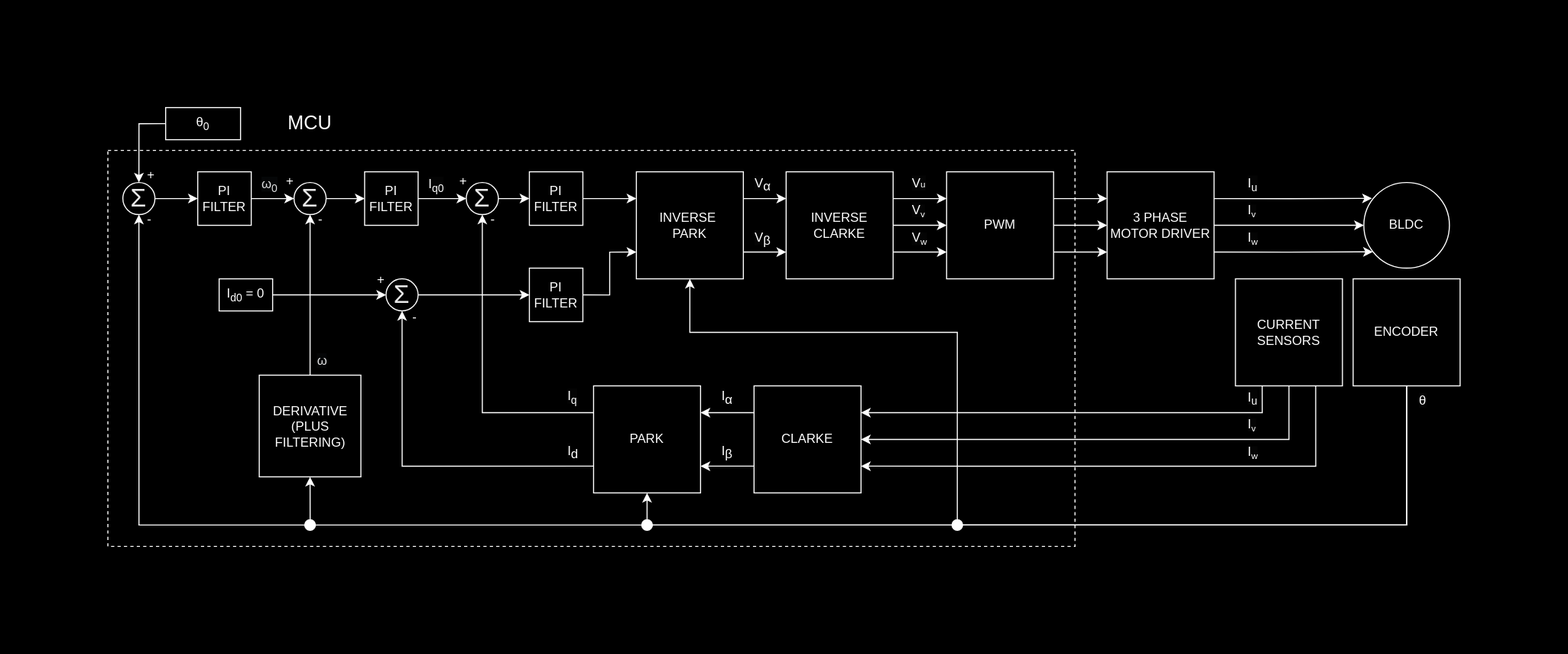
Earlier version of the draw.io export Images/block-diagram.svg (kyleetqi/focbldc). Source tidied: cells renumbered, new cells last; positions are measured from the earlier drawing's top-left corner, leaving out a move shared by most shapes.
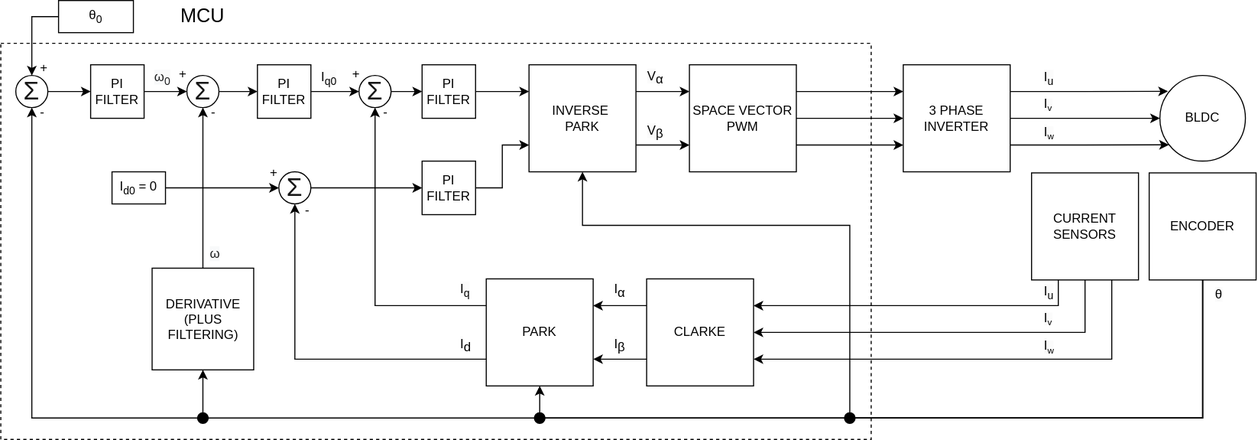
Later version of the same file.

Diff of the diagram source:
```diff
@@ -3,10 +3,10 @@
     <mxCell id="0" />
     <mxCell id="1" parent="0" />
     <mxCell id="2" style="rounded=0;whiteSpace=wrap;html=1;dashed=1;fillColor=none;" parent="1" vertex="1">
-      <mxGeometry y="40" width="904" height="370" as="geometry" />
+      <mxGeometry y="40" width="814" height="370" as="geometry" />
     </mxCell>
     <mxCell id="3" value="BLDC" style="ellipse;whiteSpace=wrap;html=1;" parent="1" vertex="1">
-      <mxGeometry x="1174" y="70" width="80" height="80" as="geometry" />
+      <mxGeometry x="1084" y="70" width="80" height="80" as="geometry" />
     </mxCell>
     <mxCell id="4" style="edgeStyle=orthogonalEdgeStyle;rounded=0;jettySize=auto;html=1;exitX=1;exitY=0.25;exitDx=0;exitDy=0;entryX=0.094;entryY=0.185;entryDx=0;entryDy=0;entryPerimeter=0;" parent="1" edge="1" source="7" target="3">
       <mxGeometry relative="1" as="geometry" />
@@ -17,8 +17,8 @@
     <mxCell id="6" style="edgeStyle=orthogonalEdgeStyle;rounded=0;jettySize=auto;html=1;exitX=1;exitY=0.75;exitDx=0;exitDy=0;entryX=0.105;entryY=0.81;entryDx=0;entryDy=0;entryPerimeter=0;" parent="1" edge="1" source="7" target="3">
       <mxGeometry relative="1" as="geometry" />
     </mxCell>
-    <mxCell id="7" value="3 PHASE MOTOR DRIVER" style="whiteSpace=wrap;html=1;" parent="1" vertex="1">
-      <mxGeometry x="934" y="60" width="100" height="100" as="geometry" />
+    <mxCell id="7" value="3 PHASE INVERTER" style="whiteSpace=wrap;html=1;" parent="1" vertex="1">
+      <mxGeometry x="844" y="60" width="100" height="100" as="geometry" />
     </mxCell>
     <mxCell id="8" style="edgeStyle=orthogonalEdgeStyle;rounded=0;jettySize=auto;html=1;exitX=0;exitY=0.25;exitDx=0;exitDy=0;entryX=1;entryY=0.25;entryDx=0;entryDy=0;" parent="1" edge="1" source="10" target="13">
       <mxGeometry relative="1" as="geometry" />
@@ -38,27 +38,15 @@
     <mxCell id="13" value="PARK" style="whiteSpace=wrap;html=1;" parent="1" vertex="1">
       <mxGeometry x="454" y="260" width="100" height="100" as="geometry" />
     </mxCell>
-    <mxCell id="14" style="edgeStyle=orthogonalEdgeStyle;rounded=0;jettySize=auto;html=1;exitX=1;exitY=0.25;exitDx=0;exitDy=0;entryX=0;entryY=0.25;entryDx=0;entryDy=0;" parent="1" edge="1" source="16" target="20">
+    <mxCell id="14" style="edgeStyle=orthogonalEdgeStyle;rounded=0;jettySize=auto;html=1;exitX=1;exitY=0.25;exitDx=0;exitDy=0;entryX=0;entryY=0.25;entryDx=0;entryDy=0;" parent="1" edge="1" source="16" target="24">
       <mxGeometry relative="1" as="geometry" />
     </mxCell>
-    <mxCell id="15" style="edgeStyle=orthogonalEdgeStyle;rounded=0;jettySize=auto;html=1;exitX=1;exitY=0.75;exitDx=0;exitDy=0;entryX=0;entryY=0.75;entryDx=0;entryDy=0;" parent="1" edge="1" source="16" target="20">
+    <mxCell id="15" style="edgeStyle=orthogonalEdgeStyle;rounded=0;jettySize=auto;html=1;exitX=1;exitY=0.75;exitDx=0;exitDy=0;entryX=0;entryY=0.75;entryDx=0;entryDy=0;" parent="1" edge="1" source="16" target="24">
       <mxGeometry relative="1" as="geometry" />
     </mxCell>
     <mxCell id="16" value="INVERSE&amp;nbsp;&lt;div&gt;PARK&lt;/div&gt;" style="whiteSpace=wrap;html=1;" parent="1" vertex="1">
       <mxGeometry x="494" y="60" width="100" height="100" as="geometry" />
     </mxCell>
-    <mxCell id="17" style="edgeStyle=orthogonalEdgeStyle;rounded=0;jettySize=auto;html=1;exitX=1;exitY=0.25;exitDx=0;exitDy=0;entryX=0;entryY=0.25;entryDx=0;entryDy=0;" parent="1" edge="1" source="20" target="24">
-      <mxGeometry relative="1" as="geometry" />
-    </mxCell>
-    <mxCell id="18" style="edgeStyle=orthogonalEdgeStyle;rounded=0;jettySize=auto;html=1;exitX=1;exitY=0.5;exitDx=0;exitDy=0;entryX=0;entryY=0.5;entryDx=0;entryDy=0;" parent="1" edge="1" source="20" target="24">
-      <mxGeometry relative="1" as="geometry" />
-    </mxCell>
-    <mxCell id="19" style="edgeStyle=orthogonalEdgeStyle;rounded=0;jettySize=auto;html=1;exitX=1;exitY=0.75;exitDx=0;exitDy=0;entryX=0;entryY=0.75;entryDx=0;entryDy=0;" parent="1" edge="1" source="20" target="24">
-      <mxGeometry relative="1" as="geometry" />
-    </mxCell>
-    <mxCell id="20" value="INVERSE CLARKE" style="whiteSpace=wrap;html=1;" parent="1" vertex="1">
-      <mxGeometry x="634" y="60" width="100" height="100" as="geometry" />
-    </mxCell>
     <mxCell id="21" style="edgeStyle=orthogonalEdgeStyle;rounded=0;jettySize=auto;html=1;exitX=1;exitY=0.25;exitDx=0;exitDy=0;entryX=0;entryY=0.25;entryDx=0;entryDy=0;" parent="1" edge="1" source="24" target="7">
       <mxGeometry relative="1" as="geometry" />
     </mxCell>
@@ -68,8 +56,8 @@
     <mxCell id="23" style="edgeStyle=orthogonalEdgeStyle;rounded=0;jettySize=auto;html=1;exitX=1;exitY=0.75;exitDx=0;exitDy=0;entryX=0;entryY=0.75;entryDx=0;entryDy=0;" parent="1" edge="1" source="24" target="7">
       <mxGeometry relative="1" as="geometry" />
     </mxCell>
-    <mxCell id="24" value="PWM" style="whiteSpace=wrap;html=1;" parent="1" vertex="1">
-      <mxGeometry x="784" y="60" width="100" height="100" as="geometry" />
+    <mxCell id="24" value="SPACE VECTOR PWM" style="whiteSpace=wrap;html=1;" parent="1" vertex="1">
+      <mxGeometry x="644" y="60" width="100" height="100" as="geometry" />
     </mxCell>
     <mxCell id="25" style="edgeStyle=orthogonalEdgeStyle;rounded=0;jettySize=auto;html=1;exitX=0.25;exitY=1;exitDx=0;exitDy=0;entryX=1;entryY=0.25;entryDx=0;entryDy=0;" parent="1" edge="1" source="28" target="10">
       <mxGeometry relative="1" as="geometry" />
@@ -81,12 +69,12 @@
       <mxGeometry relative="1" as="geometry" />
     </mxCell>
     <mxCell id="28" value="CURRENT SENSORS" style="whiteSpace=wrap;html=1;" parent="1" vertex="1">
-      <mxGeometry x="1054" y="160" width="100" height="100" as="geometry" />
+      <mxGeometry x="964" y="161" width="100" height="100" as="geometry" />
     </mxCell>
     <mxCell id="29" style="edgeStyle=orthogonalEdgeStyle;rounded=0;jettySize=auto;html=1;exitX=0.5;exitY=1;exitDx=0;exitDy=0;entryX=0.5;entryY=1;entryDx=0;entryDy=0;" parent="1" edge="1" source="33" target="13">
       <mxGeometry relative="1" as="geometry">
         <Array as="points">
-          <mxPoint x="1214" y="390" />
+          <mxPoint x="1124" y="390" />
           <mxPoint x="504" y="390" />
         </Array>
       </mxGeometry>
@@ -94,7 +82,7 @@
     <mxCell id="30" style="edgeStyle=orthogonalEdgeStyle;rounded=0;jettySize=auto;html=1;exitX=0.5;exitY=1;exitDx=0;exitDy=0;entryX=0.5;entryY=1;entryDx=0;entryDy=0;elbow=vertical;" parent="1" edge="1" source="33" target="16">
       <mxGeometry relative="1" as="geometry">
         <Array as="points">
-          <mxPoint x="1214" y="390" />
+          <mxPoint x="1124" y="390" />
           <mxPoint x="794" y="390" />
           <mxPoint x="794" y="210" />
           <mxPoint x="544" y="210" />
@@ -104,7 +92,7 @@
     <mxCell id="31" style="edgeStyle=orthogonalEdgeStyle;rounded=0;jettySize=auto;html=1;exitX=0.5;exitY=1;exitDx=0;exitDy=0;entryX=0.5;entryY=1;entryDx=0;entryDy=0;elbow=vertical;" parent="1" edge="1" source="33" target="37">
       <mxGeometry relative="1" as="geometry">
         <Array as="points">
-          <mxPoint x="1214" y="390" />
+          <mxPoint x="1124" y="390" />
           <mxPoint x="189" y="390" />
         </Array>
       </mxGeometry>
@@ -117,7 +105,7 @@
       </mxGeometry>
     </mxCell>
     <mxCell id="33" value="ENCODER" style="whiteSpace=wrap;html=1;" parent="1" vertex="1">
-      <mxGeometry x="1164" y="160" width="100" height="100" as="geometry" />
+      <mxGeometry x="1074" y="161" width="100" height="100" as="geometry" />
     </mxCell>
     <mxCell id="34" style="edgeStyle=orthogonalEdgeStyle;rounded=0;jettySize=auto;html=1;exitX=1;exitY=0.5;exitDx=0;exitDy=0;entryX=0;entryY=0.25;entryDx=0;entryDy=0;elbow=vertical;" parent="1" edge="1" source="35" target="16">
       <mxGeometry relative="1" as="geometry" />
@@ -195,38 +183,29 @@
       <mxGeometry x="184" y="385" width="10" height="10" as="geometry" />
     </mxCell>
     <mxCell id="59" value="&lt;span style=&quot;color: rgb(0, 0, 0); font-family: Helvetica; font-size: 12px; font-style: normal; font-variant-ligatures: normal; font-variant-caps: normal; font-weight: 400; letter-spacing: normal; orphans: 2; text-align: left; text-indent: 0px; text-transform: none; widows: 2; word-spacing: 0px; -webkit-text-stroke-width: 0px; white-space: normal; background-color: rgb(251, 251, 251); text-decoration-thickness: initial; text-decoration-style: initial; text-decoration-color: initial; display: inline !important; float: none;&quot;&gt;θ&lt;/span&gt;" style="text;whiteSpace=wrap;html=1;" parent="1" vertex="1">
-      <mxGeometry x="1224" y="260" width="10" height="30" as="geometry" />
+      <mxGeometry x="1134" y="261" width="10" height="30" as="geometry" />
     </mxCell>
     <mxCell id="60" value="&lt;span style=&quot;color: rgb(0, 0, 0); font-family: Helvetica; font-size: 12px; font-style: normal; font-variant-ligatures: normal; font-variant-caps: normal; font-weight: 400; letter-spacing: normal; orphans: 2; text-align: left; text-indent: 0px; text-transform: none; widows: 2; word-spacing: 0px; -webkit-text-stroke-width: 0px; white-space: normal; background-color: rgb(251, 251, 251); text-decoration-thickness: initial; text-decoration-style: initial; text-decoration-color: initial; display: inline !important; float: none;&quot;&gt;I&lt;sub&gt;u&lt;/sub&gt;&lt;/span&gt;" style="text;whiteSpace=wrap;html=1;" parent="1" vertex="1">
-      <mxGeometry x="1064" y="57" width="10" height="30" as="geometry" />
+      <mxGeometry x="974" y="58" width="10" height="30" as="geometry" />
     </mxCell>
     <mxCell id="61" value="&lt;span style=&quot;color: rgb(0, 0, 0); font-family: Helvetica; font-size: 12px; font-style: normal; font-variant-ligatures: normal; font-variant-caps: normal; font-weight: 400; letter-spacing: normal; orphans: 2; text-align: left; text-indent: 0px; text-transform: none; widows: 2; word-spacing: 0px; -webkit-text-stroke-width: 0px; white-space: normal; background-color: rgb(251, 251, 251); text-decoration-thickness: initial; text-decoration-style: initial; text-decoration-color: initial; display: inline !important; float: none;&quot;&gt;I&lt;/span&gt;&lt;span style=&quot;color: rgb(0, 0, 0); font-family: Helvetica; font-style: normal; font-variant-ligatures: normal; font-variant-caps: normal; font-weight: 400; letter-spacing: normal; orphans: 2; text-align: left; text-indent: 0px; text-transform: none; widows: 2; word-spacing: 0px; -webkit-text-stroke-width: 0px; white-space: normal; background-color: rgb(251, 251, 251); text-decoration-thickness: initial; text-decoration-style: initial; text-decoration-color: initial; float: none; display: inline !important; font-size: 10px;&quot;&gt;&lt;sub&gt;v&lt;/sub&gt;&lt;/span&gt;" style="text;whiteSpace=wrap;html=1;" parent="1" vertex="1">
-      <mxGeometry x="1064" y="82" width="10" height="30" as="geometry" />
+      <mxGeometry x="974" y="83" width="10" height="30" as="geometry" />
     </mxCell>
     <mxCell id="62" value="&lt;span style=&quot;color: rgb(0, 0, 0); font-family: Helvetica; font-size: 12px; font-style: normal; font-variant-ligatures: normal; font-variant-caps: normal; font-weight: 400; letter-spacing: normal; orphans: 2; text-align: left; text-indent: 0px; text-transform: none; widows: 2; word-spacing: 0px; -webkit-text-stroke-width: 0px; white-space: normal; background-color: rgb(251, 251, 251); text-decoration-thickness: initial; text-decoration-style: initial; text-decoration-color: initial; display: inline !important; float: none;&quot;&gt;I&lt;/span&gt;&lt;span style=&quot;color: rgb(0, 0, 0); font-family: Helvetica; font-style: normal; font-variant-ligatures: normal; font-variant-caps: normal; font-weight: 400; letter-spacing: normal; orphans: 2; text-align: left; text-indent: 0px; text-transform: none; widows: 2; word-spacing: 0px; -webkit-text-stroke-width: 0px; white-space: normal; background-color: rgb(251, 251, 251); text-decoration-thickness: initial; text-decoration-style: initial; text-decoration-color: initial; float: none; display: inline !important; font-size: 10px;&quot;&gt;&lt;sub&gt;w&lt;/sub&gt;&lt;/span&gt;" style="text;whiteSpace=wrap;html=1;" parent="1" vertex="1">
-      <mxGeometry x="1064" y="108" width="10" height="30" as="geometry" />
+      <mxGeometry x="974" y="109" width="10" height="30" as="geometry" />
     </mxCell>
-    <mxCell id="63" value="&lt;span style=&quot;color: rgb(0, 0, 0); font-family: Helvetica; font-style: normal; font-variant-ligatures: normal; font-variant-caps: normal; font-weight: 400; letter-spacing: normal; orphans: 2; text-align: left; text-indent: 0px; text-transform: none; widows: 2; word-spacing: 0px; -webkit-text-stroke-width: 0px; white-space: normal; background-color: rgb(251, 251, 251); text-decoration-thickness: initial; text-decoration-style: initial; text-decoration-color: initial; float: none; display: inline !important;&quot;&gt;V&lt;/span&gt;&lt;span style=&quot;color: rgb(0, 0, 0); font-family: Helvetica; font-style: normal; font-variant-ligatures: normal; font-variant-caps: normal; font-weight: 400; letter-spacing: normal; orphans: 2; text-align: left; text-indent: 0px; text-transform: none; widows: 2; word-spacing: 0px; -webkit-text-stroke-width: 0px; white-space: normal; background-color: rgb(251, 251, 251); text-decoration-thickness: initial; text-decoration-style: initial; text-decoration-color: initial; float: none; display: inline !important; font-size: 10px;&quot;&gt;&lt;sub&gt;v&lt;/sub&gt;&lt;/span&gt;" style="text;whiteSpace=wrap;html=1;" parent="1" vertex="1">
-      <mxGeometry x="750" y="82" width="10" height="30" as="geometry" />
-    </mxCell>
-    <mxCell id="64" value="&lt;span style=&quot;color: rgb(0, 0, 0); font-family: Helvetica; font-size: 12px; font-style: normal; font-variant-ligatures: normal; font-variant-caps: normal; font-weight: 400; letter-spacing: normal; orphans: 2; text-align: left; text-indent: 0px; text-transform: none; widows: 2; word-spacing: 0px; -webkit-text-stroke-width: 0px; white-space: normal; background-color: rgb(251, 251, 251); text-decoration-thickness: initial; text-decoration-style: initial; text-decoration-color: initial; display: inline !important; float: none;&quot;&gt;V&lt;/span&gt;&lt;span style=&quot;color: rgb(0, 0, 0); font-family: Helvetica; font-style: normal; font-variant-ligatures: normal; font-variant-caps: normal; font-weight: 400; letter-spacing: normal; orphans: 2; text-align: left; text-indent: 0px; text-transform: none; widows: 2; word-spacing: 0px; -webkit-text-stroke-width: 0px; white-space: normal; background-color: rgb(251, 251, 251); text-decoration-thickness: initial; text-decoration-style: initial; text-decoration-color: initial; float: none; display: inline !important; font-size: 10px;&quot;&gt;&lt;sub&gt;w&lt;/sub&gt;&lt;/span&gt;" style="text;whiteSpace=wrap;html=1;" parent="1" vertex="1">
-      <mxGeometry x="750" y="108" width="10" height="30" as="geometry" />
-    </mxCell>
     <mxCell id="65" value="&lt;span style=&quot;color: rgb(0, 0, 0); font-family: Helvetica; font-size: 12px; font-style: normal; font-variant-ligatures: normal; font-variant-caps: normal; font-weight: 400; letter-spacing: normal; orphans: 2; text-align: left; text-indent: 0px; text-transform: none; widows: 2; word-spacing: 0px; -webkit-text-stroke-width: 0px; white-space: normal; background-color: rgb(251, 251, 251); text-decoration-thickness: initial; text-decoration-style: initial; text-decoration-color: initial; display: inline !important; float: none;&quot;&gt;I&lt;sub&gt;u&lt;/sub&gt;&lt;/span&gt;" style="text;whiteSpace=wrap;html=1;" parent="1" vertex="1">
-      <mxGeometry x="1064" y="257" width="10" height="30" as="geometry" />
+      <mxGeometry x="974" y="258" width="10" height="30" as="geometry" />
     </mxCell>
     <mxCell id="66" value="&lt;span style=&quot;color: rgb(0, 0, 0); font-family: Helvetica; font-size: 12px; font-style: normal; font-variant-ligatures: normal; font-variant-caps: normal; font-weight: 400; letter-spacing: normal; orphans: 2; text-align: left; text-indent: 0px; text-transform: none; widows: 2; word-spacing: 0px; -webkit-text-stroke-width: 0px; white-space: normal; background-color: rgb(251, 251, 251); text-decoration-thickness: initial; text-decoration-style: initial; text-decoration-color: initial; display: inline !important; float: none;&quot;&gt;I&lt;/span&gt;&lt;span style=&quot;color: rgb(0, 0, 0); font-family: Helvetica; font-style: normal; font-variant-ligatures: normal; font-variant-caps: normal; font-weight: 400; letter-spacing: normal; orphans: 2; text-align: left; text-indent: 0px; text-transform: none; widows: 2; word-spacing: 0px; -webkit-text-stroke-width: 0px; white-space: normal; background-color: rgb(251, 251, 251); text-decoration-thickness: initial; text-decoration-style: initial; text-decoration-color: initial; float: none; display: inline !important; font-size: 10px;&quot;&gt;&lt;sub&gt;v&lt;/sub&gt;&lt;/span&gt;" style="text;whiteSpace=wrap;html=1;" parent="1" vertex="1">
-      <mxGeometry x="1064" y="282" width="10" height="30" as="geometry" />
+      <mxGeometry x="974" y="283" width="10" height="30" as="geometry" />
     </mxCell>
     <mxCell id="67" value="&lt;span style=&quot;color: rgb(0, 0, 0); font-family: Helvetica; font-size: 12px; font-style: normal; font-variant-ligatures: normal; font-variant-caps: normal; font-weight: 400; letter-spacing: normal; orphans: 2; text-align: left; text-indent: 0px; text-transform: none; widows: 2; word-spacing: 0px; -webkit-text-stroke-width: 0px; white-space: normal; background-color: rgb(251, 251, 251); text-decoration-thickness: initial; text-decoration-style: initial; text-decoration-color: initial; display: inline !important; float: none;&quot;&gt;I&lt;/span&gt;&lt;span style=&quot;color: rgb(0, 0, 0); font-family: Helvetica; font-style: normal; font-variant-ligatures: normal; font-variant-caps: normal; font-weight: 400; letter-spacing: normal; orphans: 2; text-align: left; text-indent: 0px; text-transform: none; widows: 2; word-spacing: 0px; -webkit-text-stroke-width: 0px; white-space: normal; background-color: rgb(251, 251, 251); text-decoration-thickness: initial; text-decoration-style: initial; text-decoration-color: initial; float: none; display: inline !important; font-size: 10px;&quot;&gt;&lt;sub&gt;w&lt;/sub&gt;&lt;/span&gt;" style="text;whiteSpace=wrap;html=1;" parent="1" vertex="1">
-      <mxGeometry x="1064" y="308" width="10" height="30" as="geometry" />
+      <mxGeometry x="974" y="309" width="10" height="30" as="geometry" />
     </mxCell>
     <mxCell id="68" value="&lt;font style=&quot;font-size: 18px;&quot;&gt;MCU&lt;/font&gt;" style="text;html=1;align=center;verticalAlign=middle;whiteSpace=wrap;rounded=0;" parent="1" vertex="1">
       <mxGeometry x="159" width="60" height="30" as="geometry" />
     </mxCell>
-    <mxCell id="69" value="&lt;span style=&quot;color: rgb(0, 0, 0); font-family: Helvetica; font-style: normal; font-variant-ligatures: normal; font-variant-caps: normal; font-weight: 400; letter-spacing: normal; orphans: 2; text-align: left; text-indent: 0px; text-transform: none; widows: 2; word-spacing: 0px; -webkit-text-stroke-width: 0px; white-space: normal; background-color: rgb(251, 251, 251); text-decoration-thickness: initial; text-decoration-style: initial; text-decoration-color: initial; float: none; display: inline !important;&quot;&gt;V&lt;span style=&quot;font-size: 8.33333px;&quot;&gt;u&lt;/span&gt;&lt;/span&gt;" style="text;whiteSpace=wrap;html=1;" parent="1" vertex="1">
-      <mxGeometry x="750" y="57" width="10" height="33" as="geometry" />
-    </mxCell>
     <mxCell id="70" value="&lt;span style=&quot;color: rgb(0, 0, 0); font-family: Helvetica; font-size: 12px; font-style: normal; font-variant-ligatures: normal; font-variant-caps: normal; font-weight: 400; letter-spacing: normal; orphans: 2; text-align: left; text-indent: 0px; text-transform: none; widows: 2; word-spacing: 0px; -webkit-text-stroke-width: 0px; white-space: normal; background-color: rgb(251, 251, 251); text-decoration-thickness: initial; text-decoration-style: initial; text-decoration-color: initial; display: inline !important; float: none;&quot;&gt;V&lt;/span&gt;&lt;sub style=&quot;&quot;&gt;&lt;font face=&quot;Helvetica&quot; style=&quot;font-size: 12px;&quot;&gt;β&lt;/font&gt;&lt;/sub&gt;" style="text;whiteSpace=wrap;html=1;" parent="1" vertex="1">
       <mxGeometry x="603" y="108" width="10" height="30" as="geometry" />
     </mxCell>
```
